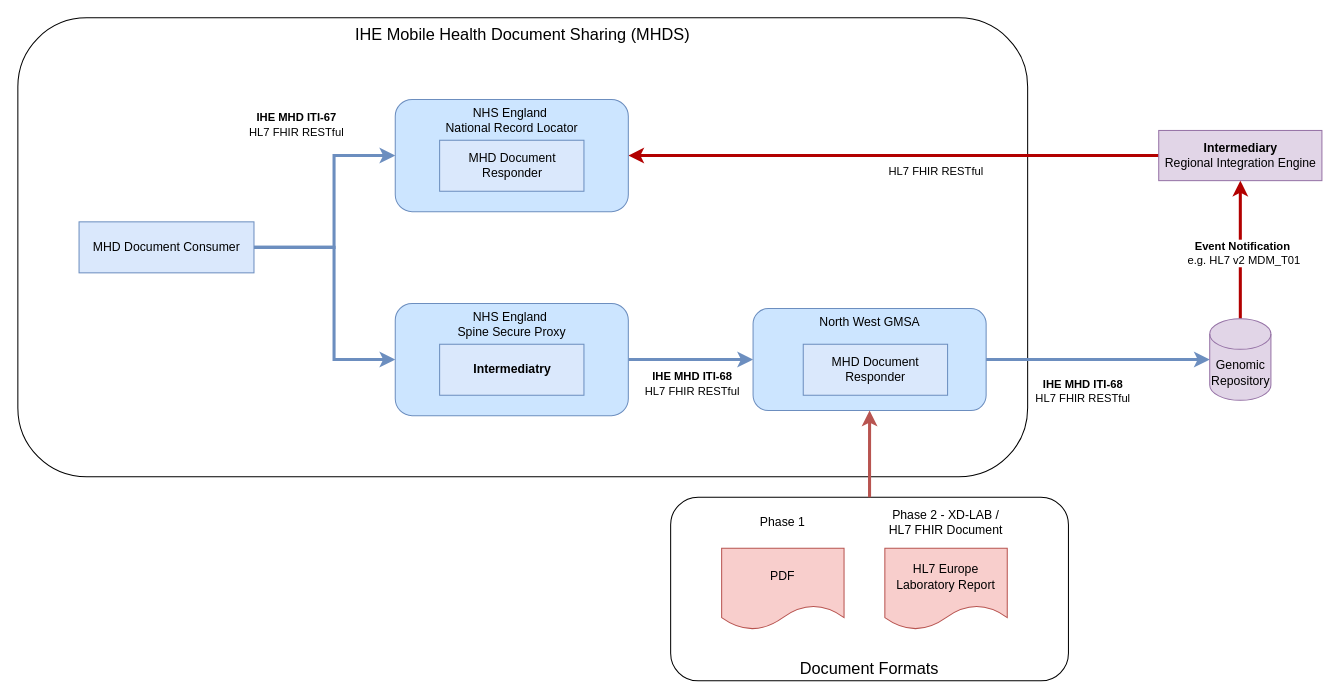
This is DrawIo/NRL-Design.drawio from uk-gov-mirror/nw-gmsa.nw-gmsa.github.com, a draw.io file, before an edit. Source tidied: cells renumbered, new cells numbered last; positions are measured from the earlier drawing's top-left corner, leaving out a move shared by most shapes. Both pictures are drawn from the tidied source at 102%, with x=0, y=0 at pixel (17, 17).
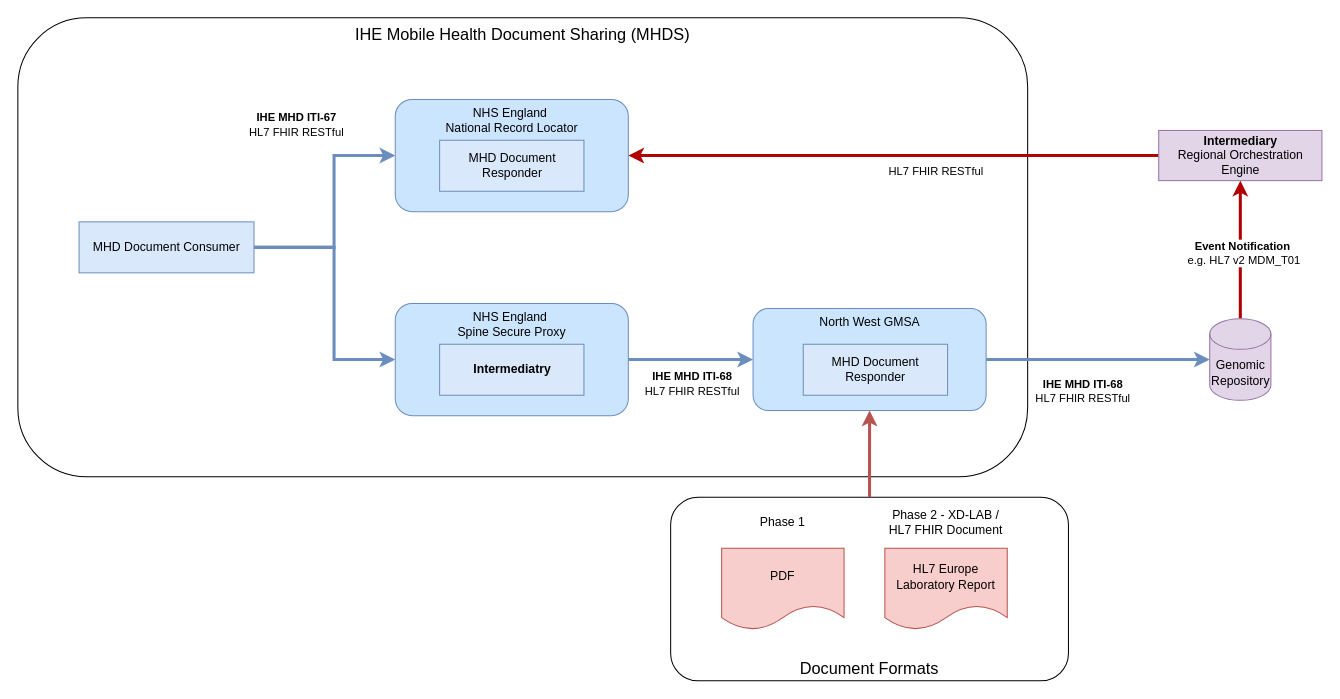
The same diagram, later.

Change to the diagram source:
```diff
@@
-    <mxCell id="7" value="&lt;b&gt;Intermediary&lt;/b&gt;&lt;br&gt;Regional Integration Engine" style="rounded=0;whiteSpace=wrap;html=1;fillColor=#e1d5e7;strokeColor=#9673a6;" parent="1" vertex="1">
+    <mxCell id="7" value="&lt;b&gt;Intermediary&lt;/b&gt;&lt;br&gt;Regional Orchestration Engine" style="rounded=0;whiteSpace=wrap;html=1;fillColor=#e1d5e7;strokeColor=#9673a6;" parent="1" vertex="1">
       <mxGeometry x="1118.5" y="110.4" width="160" height="49.2" as="geometry" />
     </mxCell>
```
